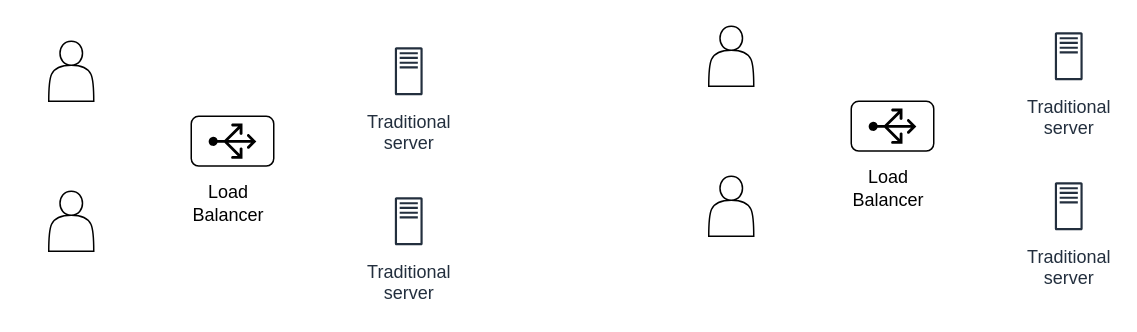
Above: SessionPersistenceinLB.drawio in jayanthkmr/architecture-diagrams (draw.io), before the change. Source tidied: cells renumbered, new cells numbered last; positions are measured from the earlier drawing's top-left corner, leaving out a move shared by most shapes. Both pictures are drawn from the tidied source at 150%, with x=0, y=0 at pixel (48, 26).
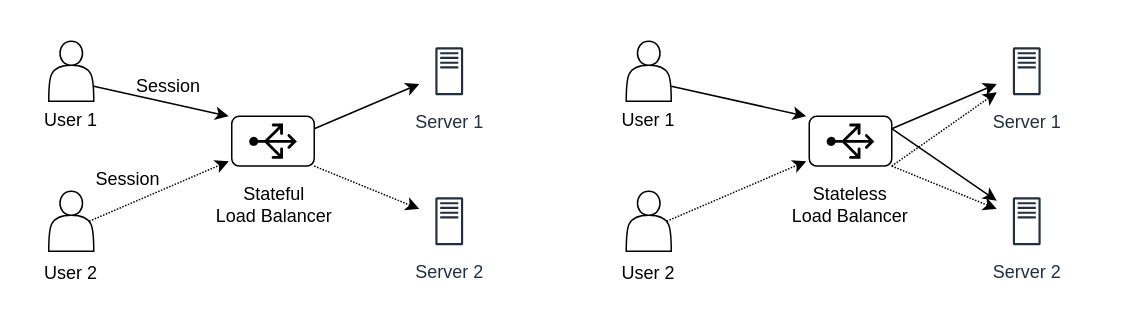
Above is the later version.

The change refers to these unchanged cells:
```xml
<mxCell id="3" style="rounded=1;whiteSpace=wrap;html=1;" parent="2" vertex="1">
  <mxGeometry width="55" height="33.2" as="geometry" />
</mxCell>
<mxCell id="6" style="shape=actor;whiteSpace=wrap;html=1;" parent="1" vertex="1">
  <mxGeometry y="10" width="30" height="40" as="geometry" />
</mxCell>
<mxCell id="7" style="shape=actor;whiteSpace=wrap;html=1;" parent="1" vertex="1">
  <mxGeometry y="110" width="30" height="40" as="geometry" />
</mxCell>
```

The edit, as a diff of the source:
```diff
@@
     <mxCell id="2" style="group;" parent="1" vertex="1">
-      <mxGeometry x="95" y="60" width="55" height="33.2" as="geometry" />
+      <mxGeometry x="122" y="60" width="55" height="33.2" as="geometry" />
     </mxCell>
@@
-    <mxCell id="5" value="Load Balancer" style="text;html=1;strokeColor=none;fillColor=none;align=center;verticalAlign=middle;whiteSpace=wrap;rounded=0;" parent="1" vertex="1">
-      <mxGeometry x="90" y="102.9" width="60" height="30" as="geometry" />
+    <mxCell id="5" value="Stateful &lt;br&gt;Load Balancer" style="text;html=1;strokeColor=none;fillColor=none;align=center;verticalAlign=middle;whiteSpace=wrap;rounded=0;" parent="1" vertex="1">
+      <mxGeometry x="109" y="100.9" width="83" height="37.1" as="geometry" />
     </mxCell>
@@
-    <mxCell id="8" value="Traditional&#10;server" style="sketch=0;outlineConnect=0;fontColor=#232F3E;gradientColor=none;strokeColor=#232F3E;fillColor=#ffffff;dashed=0;verticalLabelPosition=bottom;verticalAlign=top;align=center;html=1;fontSize=12;fontStyle=0;shape=mxgraph.aws4.resourceIcon;resIcon=mxgraph.aws4.traditional_server;" parent="1" vertex="1">
-      <mxGeometry x="220" y="10" width="40" height="40" as="geometry" />
+    <mxCell id="8" value="Server 1" style="sketch=0;outlineConnect=0;fontColor=#232F3E;gradientColor=none;strokeColor=#232F3E;fillColor=#ffffff;dashed=0;verticalLabelPosition=bottom;verticalAlign=top;align=center;html=1;fontSize=12;fontStyle=0;shape=mxgraph.aws4.resourceIcon;resIcon=mxgraph.aws4.traditional_server;" parent="1" vertex="1">
+      <mxGeometry x="247" y="10" width="40" height="40" as="geometry" />
     </mxCell>
-    <mxCell id="9" value="Traditional&#10;server" style="sketch=0;outlineConnect=0;fontColor=#232F3E;gradientColor=none;strokeColor=#232F3E;fillColor=#ffffff;dashed=0;verticalLabelPosition=bottom;verticalAlign=top;align=center;html=1;fontSize=12;fontStyle=0;shape=mxgraph.aws4.resourceIcon;resIcon=mxgraph.aws4.traditional_server;" parent="1" vertex="1">
-      <mxGeometry x="220" y="110" width="40" height="40" as="geometry" />
+    <mxCell id="9" value="Server 2" style="sketch=0;outlineConnect=0;fontColor=#232F3E;gradientColor=none;strokeColor=#232F3E;fillColor=#ffffff;dashed=0;verticalLabelPosition=bottom;verticalAlign=top;align=center;html=1;fontSize=12;fontStyle=0;shape=mxgraph.aws4.resourceIcon;resIcon=mxgraph.aws4.traditional_server;" parent="1" vertex="1">
+      <mxGeometry x="247" y="110" width="40" height="40" as="geometry" />
     </mxCell>
-    <mxCell id="10" style="group;" parent="1" vertex="1">
-      <mxGeometry x="535" y="50" width="55" height="33.2" as="geometry" />
-    </mxCell>
+    <mxCell id="18" style="endArrow=classic;html=1;rounded=0;exitX=0.9;exitY=0.5;exitDx=0;exitDy=0;exitPerimeter=0;dashed=1;dashPattern=1 1;" parent="1" edge="1" source="7">
+      <mxGeometry relative="1" as="geometry">
+        <mxPoint x="120" y="90" as="targetPoint" />
+      </mxGeometry>
+    </mxCell>
+    <mxCell id="19" style="endArrow=classic;html=1;rounded=0;exitX=1;exitY=1;exitDx=0;exitDy=0;dashed=1;dashPattern=1 1;" parent="1" edge="1" source="3" target="9">
+      <mxGeometry relative="1" as="geometry" />
+    </mxCell>
+    <mxCell id="20" style="endArrow=classic;html=1;rounded=0;exitX=1;exitY=0.25;exitDx=0;exitDy=0;" parent="1" edge="1" source="3" target="8">
+      <mxGeometry relative="1" as="geometry" />
+    </mxCell>
+    <mxCell id="21" style="endArrow=classic;html=1;rounded=0;exitX=1;exitY=0.75;exitDx=0;exitDy=0;" parent="1" edge="1" source="6">
+      <mxGeometry relative="1" as="geometry">
+        <mxPoint x="120" y="60" as="targetPoint" />
+      </mxGeometry>
+    </mxCell>
+    <mxCell id="22" value="Session" style="text;html=1;strokeColor=none;fillColor=none;align=center;verticalAlign=middle;whiteSpace=wrap;rounded=0;" parent="1" vertex="1">
+      <mxGeometry x="50" y="25" width="60" height="30" as="geometry" />
+    </mxCell>
+    <mxCell id="23" value="Session" style="text;html=1;strokeColor=none;fillColor=none;align=center;verticalAlign=middle;whiteSpace=wrap;rounded=0;" parent="1" vertex="1">
+      <mxGeometry x="23" y="87" width="60" height="30" as="geometry" />
+    </mxCell>
+    <mxCell id="24" value="User 1" style="text;html=1;strokeColor=none;fillColor=none;align=center;verticalAlign=middle;whiteSpace=wrap;rounded=0;" parent="1" vertex="1">
+      <mxGeometry x="-15" y="48" width="60" height="30" as="geometry" />
+    </mxCell>
+    <mxCell id="25" value="User 2" style="text;html=1;strokeColor=none;fillColor=none;align=center;verticalAlign=middle;whiteSpace=wrap;rounded=0;" parent="1" vertex="1">
+      <mxGeometry x="-15" y="150" width="60" height="30" as="geometry" />
+    </mxCell>
+    <mxCell id="26" style="group;" parent="1" vertex="1">
+      <mxGeometry x="507" y="60" width="55" height="33.2" as="geometry" />
+    </mxCell>
-    <mxCell id="11" style="rounded=1;whiteSpace=wrap;html=1;" parent="10" vertex="1">
+    <mxCell id="11" style="rounded=1;whiteSpace=wrap;html=1;" parent="26" vertex="1">
       <mxGeometry width="55" height="33.2" as="geometry" />
     </mxCell>
-    <mxCell id="12" style="sketch=0;shadow=0;dashed=0;html=1;strokeColor=none;labelPosition=center;verticalLabelPosition=bottom;verticalAlign=top;align=center;fillColor=#000000;shape=mxgraph.azure.load_balancer_generic;direction=north;strokeWidth=1;" parent="10" vertex="1">
+    <mxCell id="12" style="sketch=0;shadow=0;dashed=0;html=1;strokeColor=none;labelPosition=center;verticalLabelPosition=bottom;verticalAlign=top;align=center;fillColor=#000000;shape=mxgraph.azure.load_balancer_generic;direction=north;strokeWidth=1;" parent="26" vertex="1">
       <mxGeometry x="11.6" y="4.9" width="31.8" height="23.5" as="geometry" />
     </mxCell>
-    <mxCell id="13" value="Load Balancer" style="text;html=1;strokeColor=none;fillColor=none;align=center;verticalAlign=middle;whiteSpace=wrap;rounded=0;" parent="1" vertex="1">
-      <mxGeometry x="530" y="92.9" width="60" height="30" as="geometry" />
-    </mxCell>
-    <mxCell id="14" style="shape=actor;whiteSpace=wrap;html=1;" parent="1" vertex="1">
-      <mxGeometry x="440" width="30" height="40" as="geometry" />
-    </mxCell>
-    <mxCell id="15" style="shape=actor;whiteSpace=wrap;html=1;" parent="1" vertex="1">
-      <mxGeometry x="440" y="100" width="30" height="40" as="geometry" />
-    </mxCell>
-    <mxCell id="16" value="Traditional&#10;server" style="sketch=0;fontColor=#232F3E;gradientColor=none;strokeColor=#232F3E;fillColor=#ffffff;dashed=0;verticalLabelPosition=bottom;verticalAlign=top;align=center;html=1;fontSize=12;fontStyle=0;shape=mxgraph.aws4.resourceIcon;resIcon=mxgraph.aws4.traditional_server;" parent="1" vertex="1">
-      <mxGeometry x="660" width="40" height="40" as="geometry" />
-    </mxCell>
-    <mxCell id="17" value="Traditional&#10;server" style="sketch=0;fontColor=#232F3E;gradientColor=none;strokeColor=#232F3E;fillColor=#ffffff;dashed=0;verticalLabelPosition=bottom;verticalAlign=top;align=center;html=1;fontSize=12;fontStyle=0;shape=mxgraph.aws4.resourceIcon;resIcon=mxgraph.aws4.traditional_server;" parent="1" vertex="1">
-      <mxGeometry x="660" y="100" width="40" height="40" as="geometry" />
-    </mxCell>
+    <mxCell id="27" style="shape=actor;whiteSpace=wrap;html=1;" parent="1" vertex="1">
+      <mxGeometry x="385" y="10" width="30" height="40" as="geometry" />
+    </mxCell>
+    <mxCell id="28" style="shape=actor;whiteSpace=wrap;html=1;" parent="1" vertex="1">
+      <mxGeometry x="385" y="110" width="30" height="40" as="geometry" />
+    </mxCell>
+    <mxCell id="29" value="Server 1" style="sketch=0;outlineConnect=0;fontColor=#232F3E;gradientColor=none;strokeColor=#232F3E;fillColor=#ffffff;dashed=0;verticalLabelPosition=bottom;verticalAlign=top;align=center;html=1;fontSize=12;fontStyle=0;shape=mxgraph.aws4.resourceIcon;resIcon=mxgraph.aws4.traditional_server;" parent="1" vertex="1">
+      <mxGeometry x="632" y="10" width="40" height="40" as="geometry" />
+    </mxCell>
+    <mxCell id="30" value="Server 2" style="sketch=0;outlineConnect=0;fontColor=#232F3E;gradientColor=none;strokeColor=#232F3E;fillColor=#ffffff;dashed=0;verticalLabelPosition=bottom;verticalAlign=top;align=center;html=1;fontSize=12;fontStyle=0;shape=mxgraph.aws4.resourceIcon;resIcon=mxgraph.aws4.traditional_server;" parent="1" vertex="1">
+      <mxGeometry x="632" y="110" width="40" height="40" as="geometry" />
+    </mxCell>
+    <mxCell id="31" style="endArrow=classic;html=1;rounded=0;exitX=0.9;exitY=0.5;exitDx=0;exitDy=0;exitPerimeter=0;dashed=1;dashPattern=1 1;" parent="1" edge="1" source="28">
+      <mxGeometry relative="1" as="geometry">
+        <mxPoint x="505" y="90" as="targetPoint" />
+      </mxGeometry>
+    </mxCell>
+    <mxCell id="32" style="endArrow=classic;html=1;rounded=0;exitX=1;exitY=1;exitDx=0;exitDy=0;dashed=1;dashPattern=1 1;" parent="1" edge="1" source="11" target="29">
+      <mxGeometry relative="1" as="geometry" />
+    </mxCell>
+    <mxCell id="33" style="endArrow=classic;html=1;rounded=0;exitX=1;exitY=0.25;exitDx=0;exitDy=0;" parent="1" edge="1" source="11" target="29">
+      <mxGeometry relative="1" as="geometry" />
+    </mxCell>
+    <mxCell id="34" style="endArrow=classic;html=1;rounded=0;exitX=1;exitY=0.75;exitDx=0;exitDy=0;" parent="1" edge="1" source="27">
+      <mxGeometry relative="1" as="geometry">
+        <mxPoint x="505" y="60" as="targetPoint" />
+      </mxGeometry>
+    </mxCell>
+    <mxCell id="35" value="User 1" style="text;html=1;strokeColor=none;fillColor=none;align=center;verticalAlign=middle;whiteSpace=wrap;rounded=0;" parent="1" vertex="1">
+      <mxGeometry x="370" y="48" width="60" height="30" as="geometry" />
+    </mxCell>
+    <mxCell id="36" value="User 2" style="text;html=1;strokeColor=none;fillColor=none;align=center;verticalAlign=middle;whiteSpace=wrap;rounded=0;" parent="1" vertex="1">
+      <mxGeometry x="370" y="150" width="60" height="30" as="geometry" />
+    </mxCell>
+    <mxCell id="37" style="endArrow=classic;html=1;rounded=0;exitX=1;exitY=0.25;exitDx=0;exitDy=0;" parent="1" edge="1" source="11" target="30">
+      <mxGeometry relative="1" as="geometry" />
+    </mxCell>
+    <mxCell id="38" style="endArrow=classic;html=1;rounded=0;exitX=1;exitY=1;exitDx=0;exitDy=0;dashed=1;dashPattern=1 1;" parent="1" edge="1" source="11" target="30">
+      <mxGeometry relative="1" as="geometry" />
+    </mxCell>
+    <mxCell id="39" value="Stateless&lt;br&gt;Load Balancer" style="text;html=1;strokeColor=none;fillColor=none;align=center;verticalAlign=middle;whiteSpace=wrap;rounded=0;" parent="1" vertex="1">
+      <mxGeometry x="493" y="100.9" width="83" height="37.1" as="geometry" />
+    </mxCell>
```
